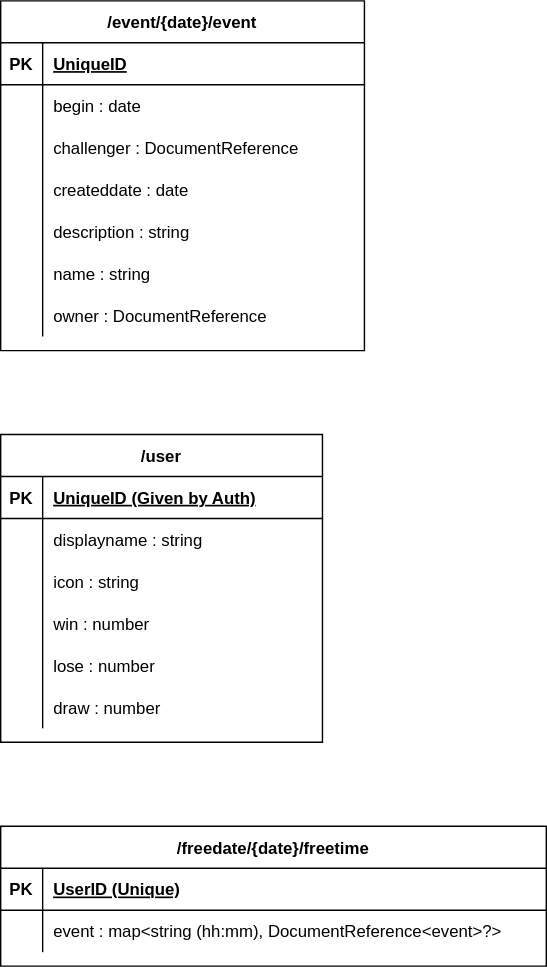
ApoApon/ApoApon keeps this draw.io diagram as firestore/structure.svg. Above is the earlier version. Source tidied: cells renumbered, new cells last; positions are measured from the earlier drawing's top-left corner, leaving out a move shared by most shapes.
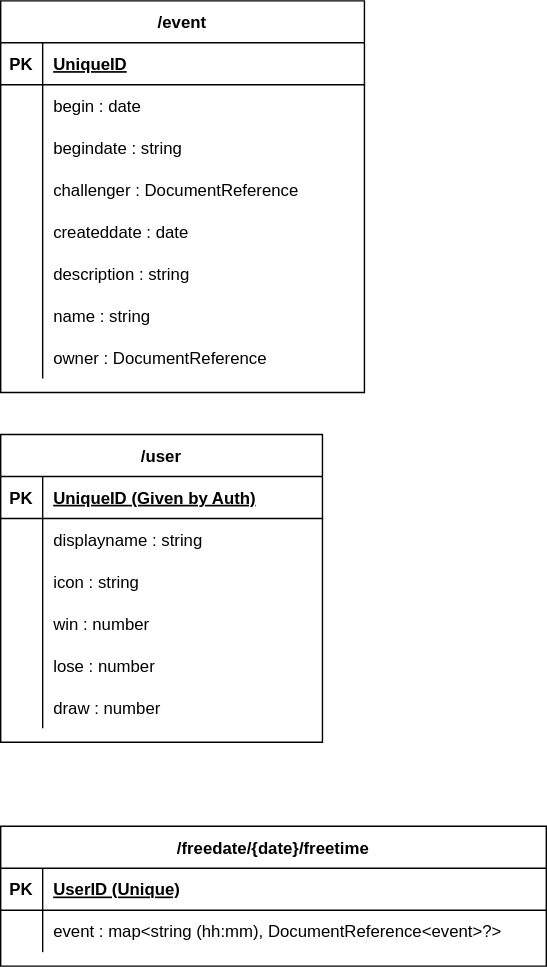
The same diagram one commit later.

What changed in the source:
```diff
@@ -2,8 +2,8 @@
   <root>
     <mxCell id="0" />
     <mxCell id="1" parent="0" />
-    <mxCell id="2" value="/event/{date}/event" style="shape=table;startSize=30;rowLines=0;fontStyle=1;align=center;" parent="1" vertex="1">
-      <mxGeometry width="260" height="250" as="geometry" />
+    <mxCell id="2" value="/event" style="shape=table;startSize=30;rowLines=0;fontStyle=1;align=center;" parent="1" vertex="1">
+      <mxGeometry width="260" height="280" as="geometry" />
     </mxCell>
     <mxCell id="3" style="shape=partialRectangle;fillColor=none;top=0;left=0;bottom=1;right=0;" parent="2" vertex="1">
       <mxGeometry y="30" width="260" height="30" as="geometry" />
@@ -23,8 +23,17 @@
     <mxCell id="8" value="begin : date" style="shape=partialRectangle;fillColor=none;top=0;left=0;bottom=0;right=0;align=left;spacingLeft=6;overflow=hidden;" parent="6" vertex="1">
       <mxGeometry x="30" width="230" height="30" as="geometry" />
     </mxCell>
+    <mxCell id="50" style="shape=partialRectangle;fillColor=none;top=0;left=0;bottom=0;right=0;" parent="2" vertex="1">
+      <mxGeometry y="90" width="260" height="30" as="geometry" />
+    </mxCell>
+    <mxCell id="51" style="shape=partialRectangle;fillColor=none;top=0;left=0;bottom=0;right=0;overflow=hidden;" parent="50" vertex="1">
+      <mxGeometry width="30" height="30" as="geometry" />
+    </mxCell>
+    <mxCell id="52" value="begindate : string" style="shape=partialRectangle;fillColor=none;top=0;left=0;bottom=0;right=0;align=left;spacingLeft=6;overflow=hidden;" parent="50" vertex="1">
+      <mxGeometry x="30" width="230" height="30" as="geometry" />
+    </mxCell>
     <mxCell id="9" style="shape=partialRectangle;fillColor=none;top=0;left=0;bottom=0;right=0;" parent="2" vertex="1">
-      <mxGeometry y="90" width="260" height="30" as="geometry" />
+      <mxGeometry y="120" width="260" height="30" as="geometry" />
     </mxCell>
     <mxCell id="10" style="shape=partialRectangle;fillColor=none;top=0;left=0;bottom=0;right=0;overflow=hidden;" parent="9" vertex="1">
       <mxGeometry width="30" height="30" as="geometry" />
@@ -33,7 +42,7 @@
       <mxGeometry x="30" width="230" height="30" as="geometry" />
     </mxCell>
     <mxCell id="12" style="shape=partialRectangle;fillColor=none;top=0;left=0;bottom=0;right=0;" parent="2" vertex="1">
-      <mxGeometry y="120" width="260" height="30" as="geometry" />
+      <mxGeometry y="150" width="260" height="30" as="geometry" />
     </mxCell>
     <mxCell id="13" style="shape=partialRectangle;fillColor=none;top=0;left=0;bottom=0;right=0;overflow=hidden;" parent="12" vertex="1">
       <mxGeometry width="30" height="30" as="geometry" />
@@ -42,7 +51,7 @@
       <mxGeometry x="30" width="230" height="30" as="geometry" />
     </mxCell>
     <mxCell id="15" style="shape=partialRectangle;fillColor=none;top=0;left=0;bottom=0;right=0;" parent="2" vertex="1">
-      <mxGeometry y="150" width="260" height="30" as="geometry" />
+      <mxGeometry y="180" width="260" height="30" as="geometry" />
     </mxCell>
     <mxCell id="16" style="shape=partialRectangle;fillColor=none;top=0;left=0;bottom=0;right=0;overflow=hidden;" parent="15" vertex="1">
       <mxGeometry width="30" height="30" as="geometry" />
@@ -51,7 +60,7 @@
       <mxGeometry x="30" width="230" height="30" as="geometry" />
     </mxCell>
     <mxCell id="18" style="shape=partialRectangle;fillColor=none;top=0;left=0;bottom=0;right=0;" parent="2" vertex="1">
-      <mxGeometry y="180" width="260" height="30" as="geometry" />
+      <mxGeometry y="210" width="260" height="30" as="geometry" />
     </mxCell>
     <mxCell id="19" style="shape=partialRectangle;fillColor=none;top=0;left=0;bottom=0;right=0;overflow=hidden;" parent="18" vertex="1">
       <mxGeometry width="30" height="30" as="geometry" />
@@ -60,7 +69,7 @@
       <mxGeometry x="30" width="230" height="30" as="geometry" />
     </mxCell>
     <mxCell id="21" style="shape=partialRectangle;fillColor=none;top=0;left=0;bottom=0;right=0;" parent="2" vertex="1">
-      <mxGeometry y="210" width="260" height="30" as="geometry" />
+      <mxGeometry y="240" width="260" height="30" as="geometry" />
     </mxCell>
     <mxCell id="22" style="shape=partialRectangle;fillColor=none;top=0;left=0;bottom=0;right=0;overflow=hidden;" parent="21" vertex="1">
       <mxGeometry width="30" height="30" as="geometry" />
```
